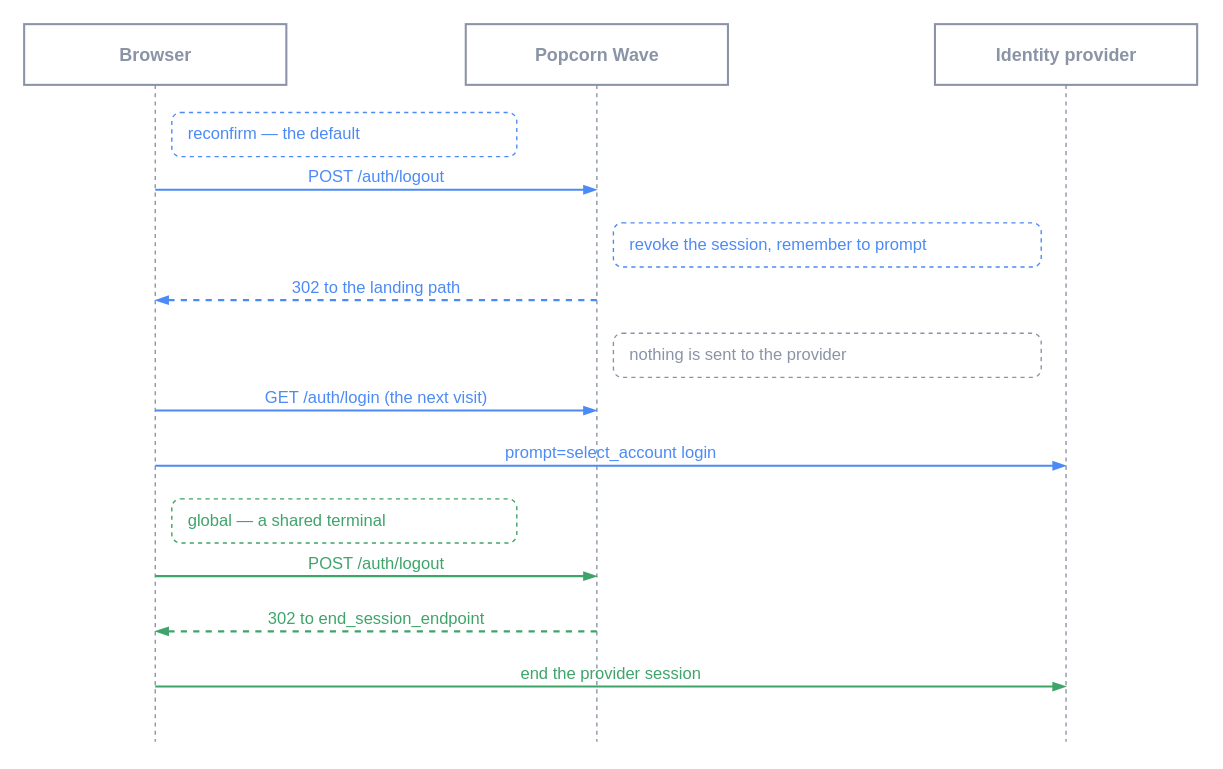
Before: website/diagrams/logout-scopes.drawio in shibukawa/popcornwave, a draw.io diagram. Source tidied: cells renumbered, new cells numbered last; positions are measured from the earlier drawing's top-left corner, leaving out a move shared by most shapes. Both pictures are drawn from the tidied source at 138%, with x=0, y=0 at pixel (23, 23).
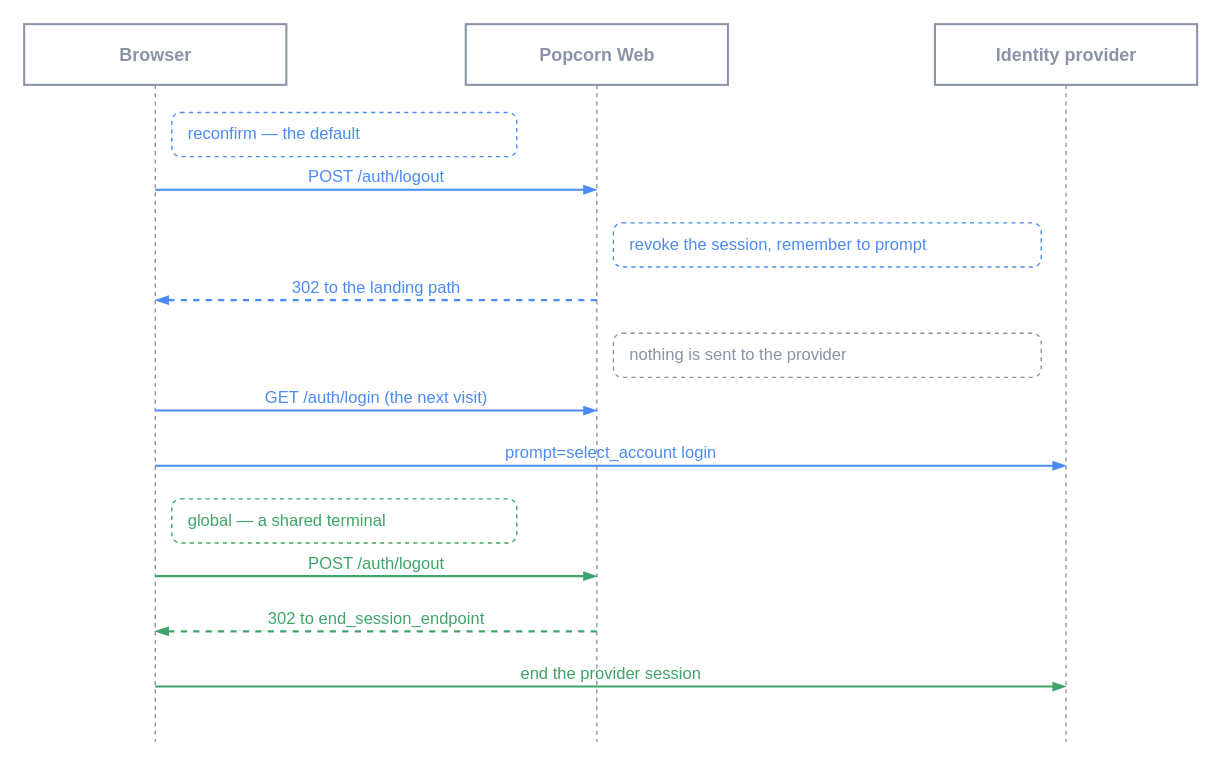
The same page after the edit.

Diff of the diagram source:
```diff
@@
-    <mxCell id="4" value="Popcorn Wave" style="rounded=0;html=1;fillColor=none;strokeColor=#8A94A6;strokeWidth=1.5;fontColor=#8A94A6;fontSize=13;fontStyle=1;" parent="1" vertex="1">
+    <mxCell id="4" value="Popcorn Web" style="rounded=0;html=1;fillColor=none;strokeColor=#8A94A6;strokeWidth=1.5;fontColor=#8A94A6;fontSize=13;fontStyle=1;" parent="1" vertex="1">
       <mxGeometry x="320" width="190" height="44" as="geometry" />
     </mxCell>
```
